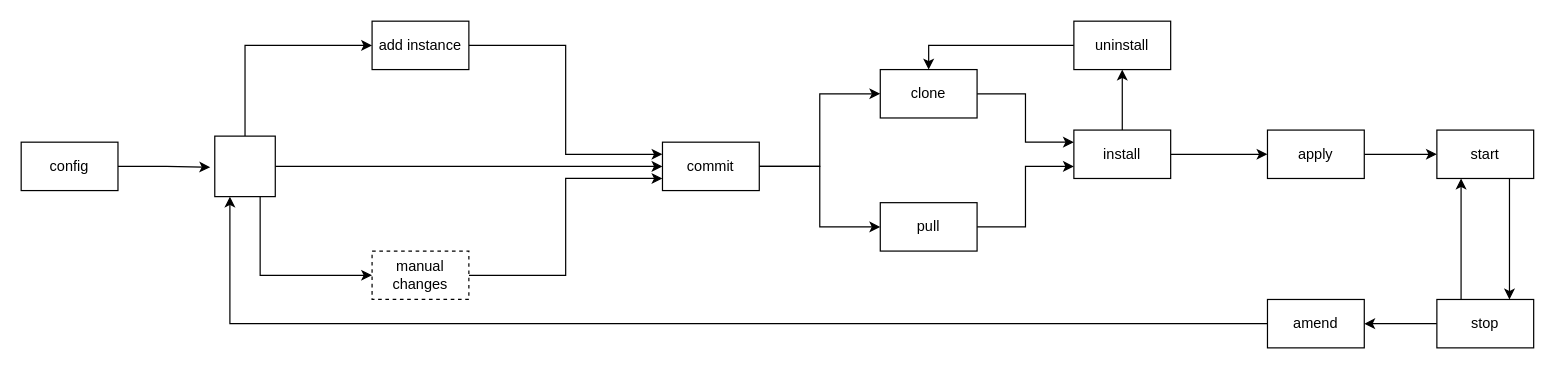
The draw.io diagram docs/usage.drawio in KaruroChori/klipper-deployer, before the edit. Source tidied: cells renumbered, new cells numbered last; positions are measured from the earlier drawing's top-left corner, leaving out a move shared by most shapes. Both pictures are drawn from the tidied source at 121%, with x=0, y=0 at pixel (21, 21).
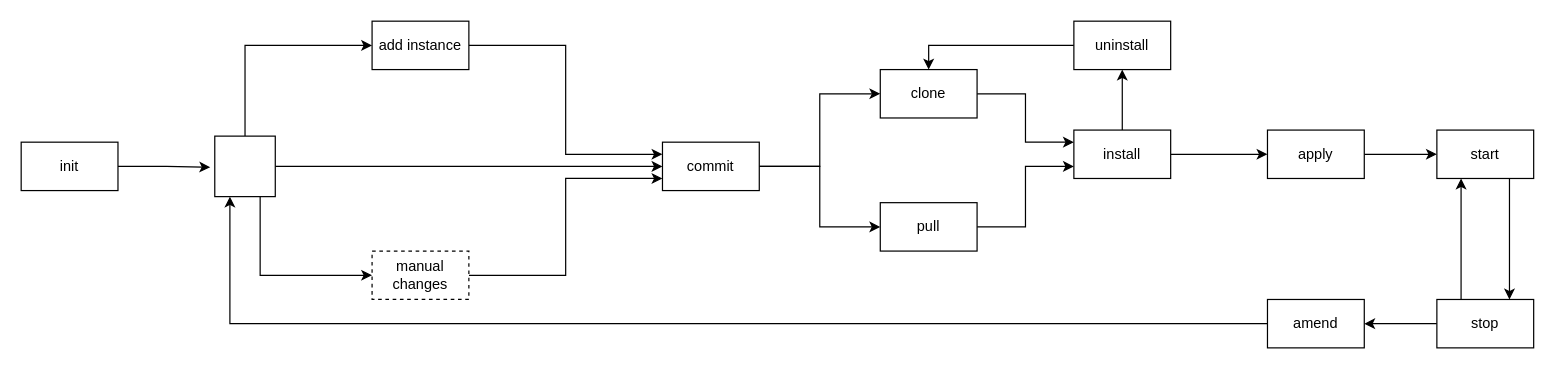
The same diagram, later.

The edit, as a diff of the source:
```diff
@@
-    <mxCell id="3" value="config" style="rounded=0;whiteSpace=wrap;html=1;" parent="1" vertex="1">
+    <mxCell id="3" value="init" style="rounded=0;whiteSpace=wrap;html=1;" parent="1" vertex="1">
       <mxGeometry y="100" width="80" height="40" as="geometry" />
     </mxCell>
```
